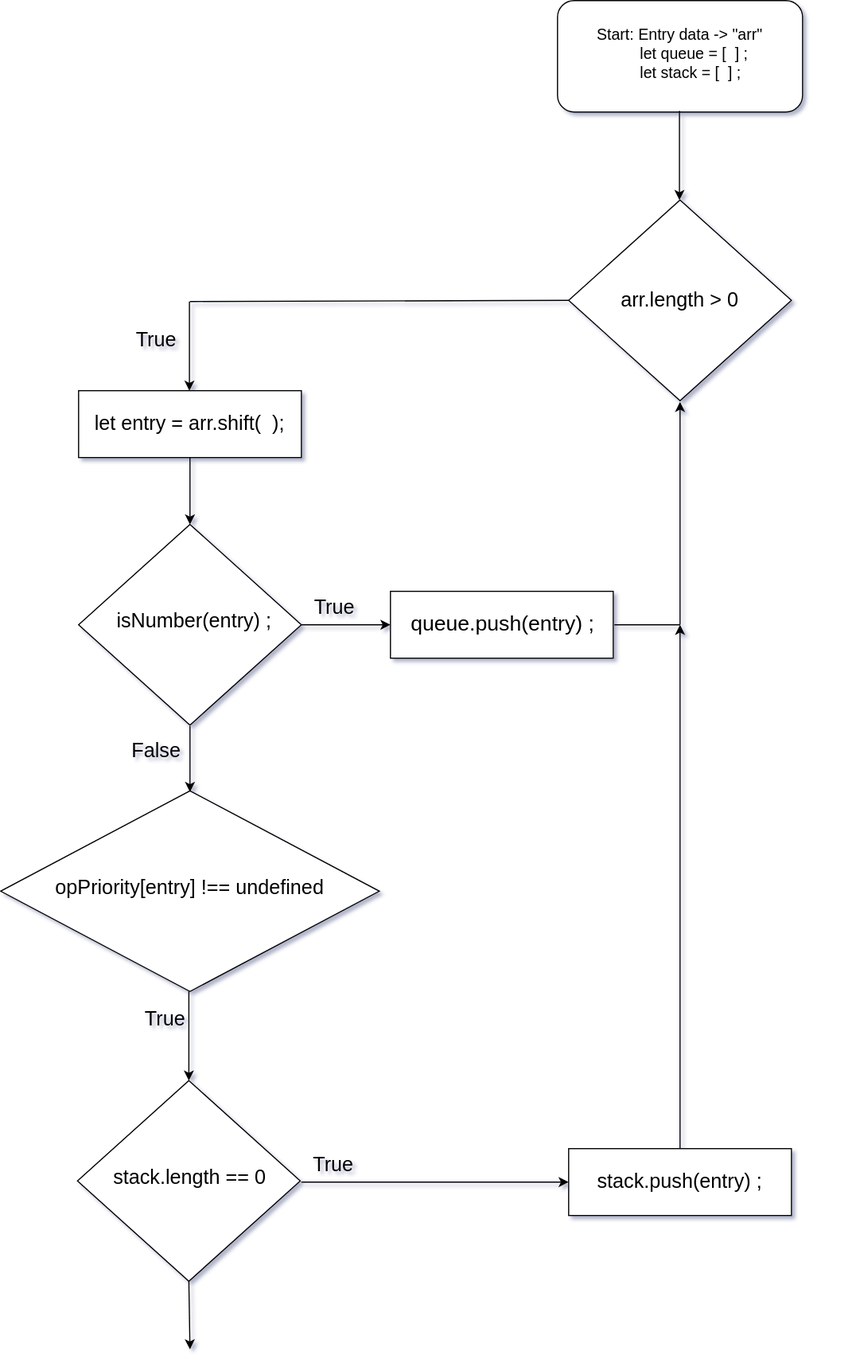
The draw.io diagram Untitled Diagram.drawio.svg in jcgm3205/jcgm3205, before a commit. Source tidied: cells renumbered, new cells last; positions are measured from the earlier drawing's top-left corner, leaving out a move shared by most shapes.
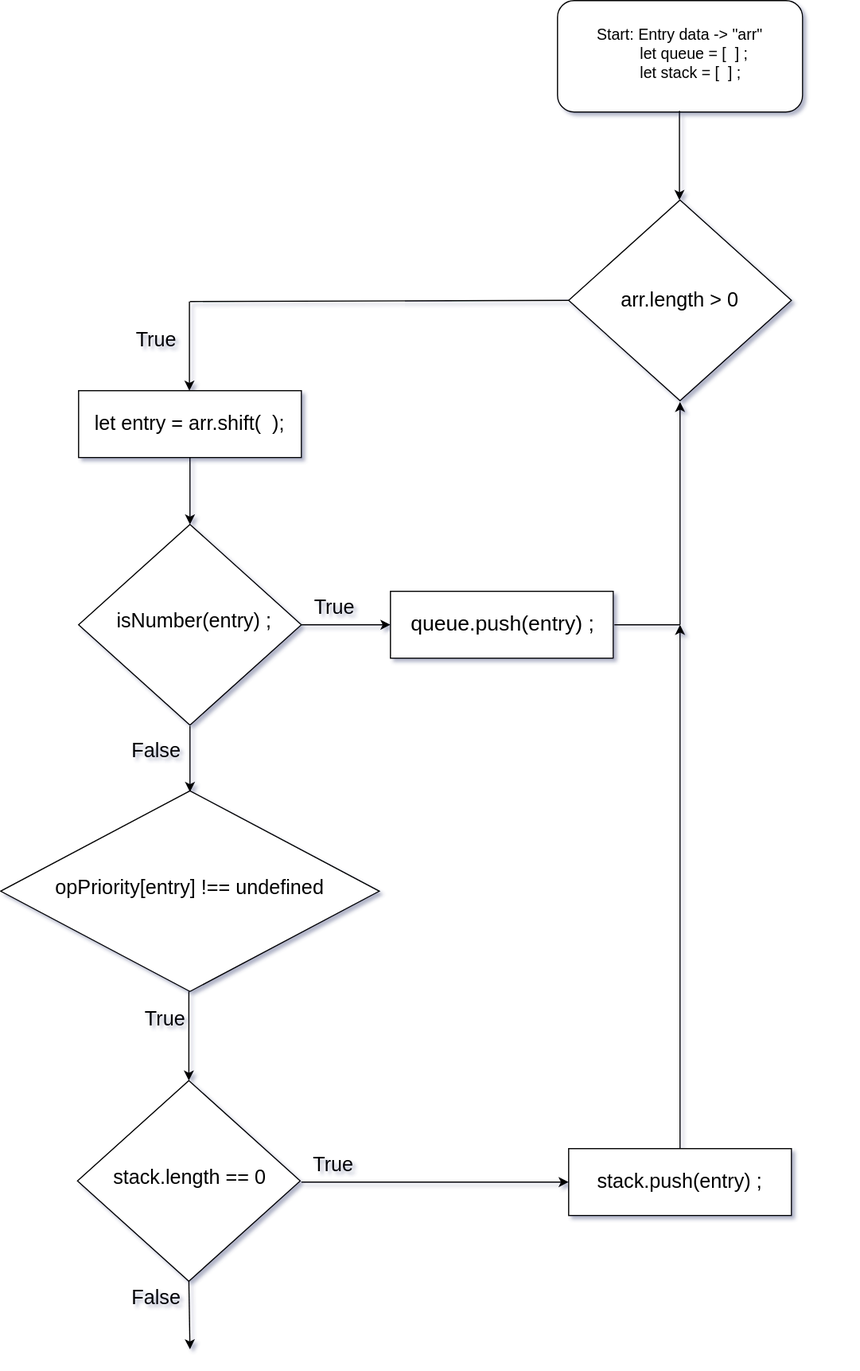
After the change.

The edit, as a diff of the source:
```diff
@@ -133,5 +133,8 @@
     <mxCell id="34" value="&lt;font style=&quot;font-size: 18px&quot;&gt;stack.push(entry) ;&lt;/font&gt;" style="text;html=1;strokeColor=none;fillColor=none;align=center;verticalAlign=middle;whiteSpace=wrap;rounded=0;fontSize=19;" parent="1" vertex="1">
       <mxGeometry x="510" y="1030" width="200" height="60" as="geometry" />
     </mxCell>
+    <mxCell id="35" value="False" style="text;html=1;strokeColor=none;fillColor=none;align=center;verticalAlign=middle;whiteSpace=wrap;rounded=0;fontSize=18;" parent="1" vertex="1">
+      <mxGeometry x="110" y="1149" width="60" height="30" as="geometry" />
+    </mxCell>
   </root>
 </mxGraphModel>
```
